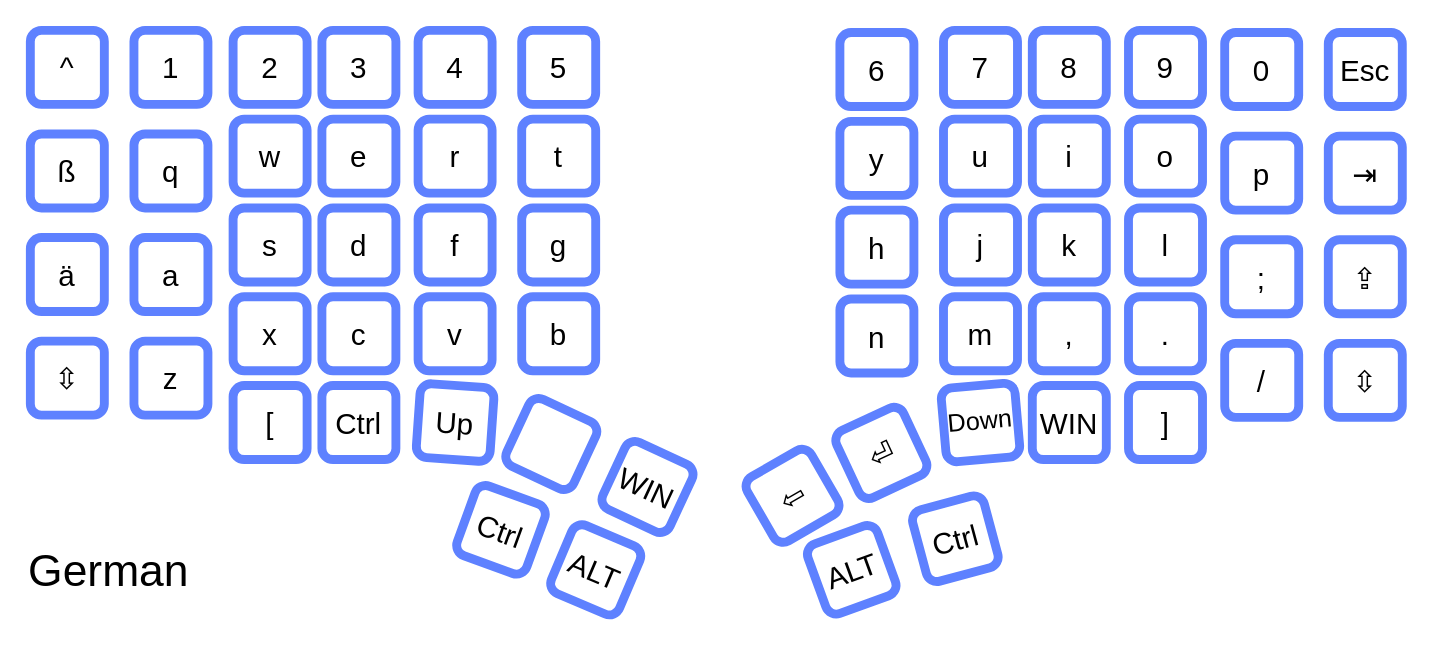
maxistar/dacty keeps this draw.io diagram as page "Ge - Mac" (15 of 16) of layouts.drawio. Above is the earlier version. Source tidied: cells renumbered, new cells numbered last; positions are measured from the earlier drawing's top-left corner, leaving out a move shared by most shapes. Both pictures are drawn from the tidied source at 148%, with x=0, y=0 at pixel (25, 30).
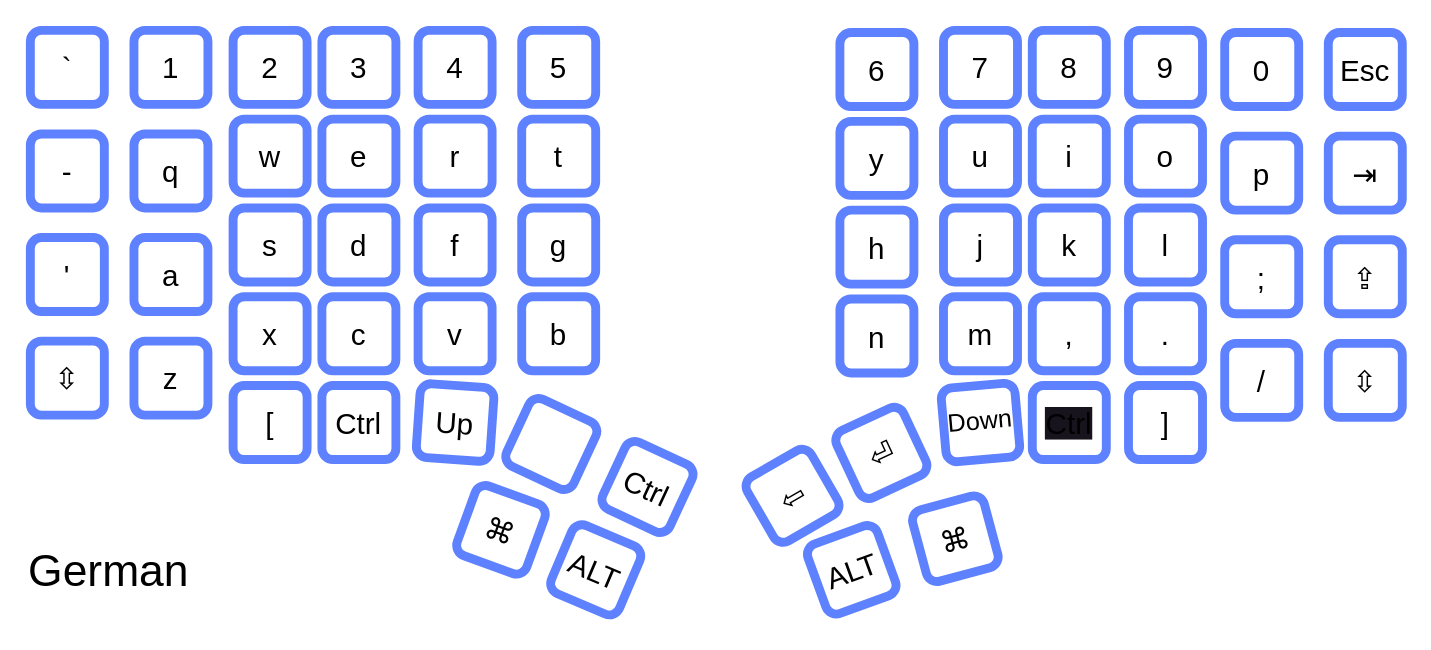
After the change.

Diff of the diagram source:
```diff
@@
-    <mxCell id="2" value="&lt;font style=&quot;font-size: 20px;&quot;&gt;^&lt;/font&gt;" style="rounded=1;whiteSpace=wrap;html=1;strokeWidth=6;strokeColor=#5E81FF;" parent="1" vertex="1">
+    <mxCell id="2" value="&lt;span style=&quot;font-size: 20px;&quot;&gt;`&lt;/span&gt;" style="rounded=1;whiteSpace=wrap;html=1;strokeWidth=6;strokeColor=#5E81FF;" parent="1" vertex="1">
       <mxGeometry x="3" width="50" height="50" as="geometry" />
     </mxCell>
-    <mxCell id="3" value="&lt;font style=&quot;font-size: 20px;&quot;&gt;ß&lt;/font&gt;" style="rounded=1;whiteSpace=wrap;html=1;strokeWidth=6;strokeColor=#5E81FF;" parent="1" vertex="1">
+    <mxCell id="3" value="&lt;font style=&quot;font-size: 20px;&quot;&gt;-&lt;/font&gt;" style="rounded=1;whiteSpace=wrap;html=1;strokeWidth=6;strokeColor=#5E81FF;" parent="1" vertex="1">
       <mxGeometry x="3" y="70" width="50" height="50" as="geometry" />
     </mxCell>
-    <mxCell id="4" value="&lt;font style=&quot;font-size: 20px;&quot;&gt;ä&lt;/font&gt;" style="rounded=1;whiteSpace=wrap;html=1;strokeWidth=6;strokeColor=#5E81FF;" parent="1" vertex="1">
+    <mxCell id="4" value="&lt;font style=&quot;font-size: 20px;&quot;&gt;'&lt;/font&gt;" style="rounded=1;whiteSpace=wrap;html=1;strokeWidth=6;strokeColor=#5E81FF;" parent="1" vertex="1">
       <mxGeometry x="3" y="140" width="50" height="50" as="geometry" />
     </mxCell>
@@
-    <mxCell id="29" value="&lt;span style=&quot;font-size: 20px;&quot;&gt;WIN&lt;/span&gt;" style="rounded=1;whiteSpace=wrap;html=1;strokeWidth=6;strokeColor=#5E81FF;rotation=25;" parent="1" vertex="1">
+    <mxCell id="29" value="&lt;span style=&quot;font-size: 20px;&quot;&gt;Ctrl&lt;/span&gt;" style="rounded=1;whiteSpace=wrap;html=1;strokeWidth=6;strokeColor=#5E81FF;rotation=25;" parent="1" vertex="1">
       <mxGeometry x="395" y="283.5" width="50" height="50" as="geometry" />
     </mxCell>
@@
-    <mxCell id="31" value="&lt;span style=&quot;font-size: 20px;&quot;&gt;Ctrl&lt;/span&gt;" style="rounded=1;whiteSpace=wrap;html=1;strokeWidth=6;strokeColor=#5E81FF;rotation=20;" parent="1" vertex="1">
+    <mxCell id="31" value="&lt;span style=&quot;font-size: 20px;&quot;&gt;⌘&lt;/span&gt;" style="rounded=1;whiteSpace=wrap;html=1;strokeWidth=6;strokeColor=#5E81FF;rotation=20;" parent="1" vertex="1">
       <mxGeometry x="296" y="312.5" width="50" height="50" as="geometry" />
     </mxCell>
@@
-    <mxCell id="48" value="&lt;span style=&quot;font-size: 20px;&quot;&gt;WIN&lt;/span&gt;" style="rounded=1;whiteSpace=wrap;html=1;strokeWidth=6;strokeColor=#5E81FF;" parent="1" vertex="1">
+    <mxCell id="48" value="&lt;span style=&quot;font-size: 20px; background-color: rgb(24, 20, 29);&quot;&gt;Ctrl&lt;/span&gt;" style="rounded=1;whiteSpace=wrap;html=1;strokeWidth=6;strokeColor=#5E81FF;" parent="1" vertex="1">
       <mxGeometry x="680" y="240" width="50" height="50" as="geometry" />
     </mxCell>
@@
-    <mxCell id="61" value="&lt;span style=&quot;font-size: 20px;&quot;&gt;Ctrl&lt;/span&gt;" style="rounded=1;whiteSpace=wrap;html=1;strokeWidth=6;strokeColor=#5E81FF;rotation=-15;" parent="1" vertex="1">
+    <mxCell id="61" value="&lt;span style=&quot;font-size: 20px;&quot;&gt;⌘&lt;/span&gt;" style="rounded=1;whiteSpace=wrap;html=1;strokeWidth=6;strokeColor=#5E81FF;rotation=-15;" parent="1" vertex="1">
       <mxGeometry x="603" y="318.5" width="50" height="50" as="geometry" />
     </mxCell>
```
